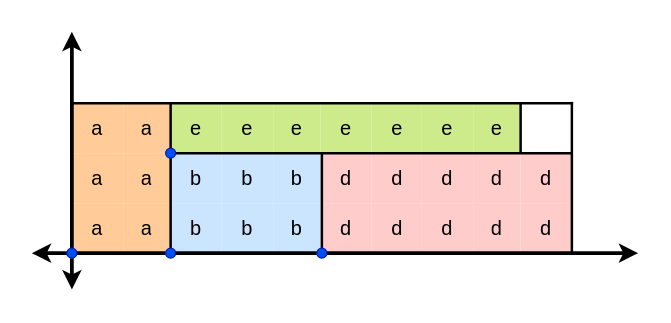
This is page "Circuit" (1 of 2) of ConstraintSatisfaction/docs/Circuit_Diagram.drawio from spencerbertsch1/AI, a draw.io file, before an edit. Source tidied: cells renumbered, new cells numbered last; positions are measured from the earlier drawing's top-left corner, leaving out a move shared by most shapes. Both pictures are drawn from the tidied source at 125%, with x=0, y=0 at pixel (31, 31).
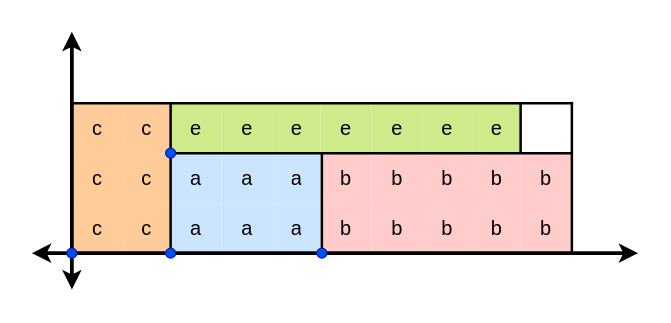
Above is the later version.

The change refers to these unchanged cells:
```xml
<mxCell id="3" style="shape=partialRectangle;html=1;whiteSpace=wrap;fillColor=none;top=0;left=0;bottom=0;right=0;" parent="2" vertex="1">
  <mxGeometry width="120" height="40" as="geometry" />
</mxCell>
<mxCell id="7" style="shape=partialRectangle;html=1;whiteSpace=wrap;fillColor=none;top=0;left=0;bottom=0;right=0;" parent="2" vertex="1">
  <mxGeometry y="40" width="120" height="40" as="geometry" />
</mxCell>
<mxCell id="11" style="shape=partialRectangle;html=1;whiteSpace=wrap;fillColor=none;top=0;left=0;bottom=0;right=0;" parent="2" vertex="1">
  <mxGeometry y="80" width="120" height="40" as="geometry" />
</mxCell>
<mxCell id="20" style="shape=partialRectangle;html=1;whiteSpace=wrap;fillColor=none;top=0;left=0;bottom=0;right=0;" parent="15" vertex="1">
  <mxGeometry y="40" width="120" height="40" as="geometry" />
</mxCell>
<mxCell id="24" style="shape=partialRectangle;html=1;whiteSpace=wrap;fillColor=none;top=0;left=0;bottom=0;right=0;" parent="15" vertex="1">
  <mxGeometry y="80" width="120" height="40" as="geometry" />
</mxCell>
<mxCell id="33" style="shape=partialRectangle;html=1;whiteSpace=wrap;fillColor=none;top=0;left=0;bottom=0;right=0;" parent="28" vertex="1">
  <mxGeometry y="40" width="120" height="40" as="geometry" />
</mxCell>
<mxCell id="37" style="shape=partialRectangle;html=1;whiteSpace=wrap;fillColor=none;top=0;left=0;bottom=0;right=0;" parent="28" vertex="1">
  <mxGeometry y="80" width="120" height="40" as="geometry" />
</mxCell>
<mxCell id="46" style="shape=partialRectangle;html=1;whiteSpace=wrap;fillColor=none;top=0;left=0;bottom=0;right=0;" parent="41" vertex="1">
  <mxGeometry y="40" width="120" height="40" as="geometry" />
</mxCell>
<mxCell id="50" style="shape=partialRectangle;html=1;whiteSpace=wrap;fillColor=none;top=0;left=0;bottom=0;right=0;" parent="41" vertex="1">
  <mxGeometry y="80" width="120" height="40" as="geometry" />
</mxCell>
```

What changed in the source:
```diff
@@
-    <mxCell id="4" value="&lt;font style=&quot;font-size: 16px&quot;&gt;a&lt;/font&gt;" style="shape=partialRectangle;html=1;whiteSpace=wrap;fillColor=#ffcc99;top=0;left=0;bottom=0;right=0;overflow=hidden;strokeColor=#36393d;" parent="3" vertex="1">
+    <mxCell id="4" value="&lt;font style=&quot;font-size: 16px&quot;&gt;c&lt;/font&gt;" style="shape=partialRectangle;html=1;whiteSpace=wrap;fillColor=#ffcc99;top=0;left=0;bottom=0;right=0;overflow=hidden;strokeColor=#36393d;" parent="3" vertex="1">
       <mxGeometry width="41" height="40" as="geometry" />
     </mxCell>
-    <mxCell id="5" value="&lt;font style=&quot;font-size: 16px&quot;&gt;a&lt;/font&gt;" style="shape=partialRectangle;html=1;whiteSpace=wrap;fillColor=#ffcc99;top=0;left=0;bottom=0;right=0;overflow=hidden;strokeColor=#36393d;" parent="3" vertex="1">
+    <mxCell id="5" value="&lt;font style=&quot;font-size: 16px&quot;&gt;c&lt;/font&gt;" style="shape=partialRectangle;html=1;whiteSpace=wrap;fillColor=#ffcc99;top=0;left=0;bottom=0;right=0;overflow=hidden;strokeColor=#36393d;" parent="3" vertex="1">
       <mxGeometry x="41" width="38" height="40" as="geometry" />
     </mxCell>
@@
-    <mxCell id="8" value="&lt;font style=&quot;font-size: 16px&quot;&gt;a&lt;/font&gt;" style="shape=partialRectangle;html=1;whiteSpace=wrap;fillColor=#ffcc99;top=0;left=0;bottom=0;right=0;overflow=hidden;strokeColor=#36393d;" parent="7" vertex="1">
+    <mxCell id="8" value="&lt;font style=&quot;font-size: 16px&quot;&gt;c&lt;/font&gt;" style="shape=partialRectangle;html=1;whiteSpace=wrap;fillColor=#ffcc99;top=0;left=0;bottom=0;right=0;overflow=hidden;strokeColor=#36393d;" parent="7" vertex="1">
       <mxGeometry width="41" height="40" as="geometry" />
     </mxCell>
-    <mxCell id="9" value="&lt;font style=&quot;font-size: 16px&quot;&gt;a&lt;/font&gt;" style="shape=partialRectangle;html=1;whiteSpace=wrap;fillColor=#ffcc99;top=0;left=0;bottom=0;right=0;overflow=hidden;strokeColor=#36393d;" parent="7" vertex="1">
+    <mxCell id="9" value="&lt;font style=&quot;font-size: 16px&quot;&gt;c&lt;/font&gt;" style="shape=partialRectangle;html=1;whiteSpace=wrap;fillColor=#ffcc99;top=0;left=0;bottom=0;right=0;overflow=hidden;strokeColor=#36393d;" parent="7" vertex="1">
       <mxGeometry x="41" width="38" height="40" as="geometry" />
     </mxCell>
-    <mxCell id="10" value="&lt;font style=&quot;font-size: 16px&quot;&gt;b&lt;/font&gt;" style="shape=partialRectangle;html=1;whiteSpace=wrap;fillColor=#cce5ff;top=0;left=0;bottom=0;right=0;overflow=hidden;strokeColor=#36393d;" parent="7" vertex="1">
+    <mxCell id="10" value="&lt;font style=&quot;font-size: 16px&quot;&gt;a&lt;/font&gt;" style="shape=partialRectangle;html=1;whiteSpace=wrap;fillColor=#cce5ff;top=0;left=0;bottom=0;right=0;overflow=hidden;strokeColor=#36393d;" parent="7" vertex="1">
       <mxGeometry x="79" width="41" height="40" as="geometry" />
     </mxCell>
@@
-    <mxCell id="12" value="&lt;font style=&quot;font-size: 16px&quot;&gt;a&lt;/font&gt;" style="shape=partialRectangle;html=1;whiteSpace=wrap;fillColor=#ffcc99;top=0;left=0;bottom=0;right=0;overflow=hidden;strokeColor=#36393d;" parent="11" vertex="1">
+    <mxCell id="12" value="&lt;font style=&quot;font-size: 16px&quot;&gt;c&lt;/font&gt;" style="shape=partialRectangle;html=1;whiteSpace=wrap;fillColor=#ffcc99;top=0;left=0;bottom=0;right=0;overflow=hidden;strokeColor=#36393d;" parent="11" vertex="1">
       <mxGeometry width="41" height="40" as="geometry" />
     </mxCell>
-    <mxCell id="13" value="&lt;font style=&quot;font-size: 16px&quot;&gt;a&lt;/font&gt;" style="shape=partialRectangle;html=1;whiteSpace=wrap;fillColor=#ffcc99;top=0;left=0;bottom=0;right=0;overflow=hidden;strokeColor=#36393d;" parent="11" vertex="1">
+    <mxCell id="13" value="&lt;font style=&quot;font-size: 16px&quot;&gt;c&lt;/font&gt;" style="shape=partialRectangle;html=1;whiteSpace=wrap;fillColor=#ffcc99;top=0;left=0;bottom=0;right=0;overflow=hidden;strokeColor=#36393d;" parent="11" vertex="1">
       <mxGeometry x="41" width="38" height="40" as="geometry" />
     </mxCell>
-    <mxCell id="14" value="&lt;font style=&quot;font-size: 16px&quot;&gt;b&lt;/font&gt;" style="shape=partialRectangle;html=1;whiteSpace=wrap;fillColor=#cce5ff;top=0;left=0;bottom=0;right=0;overflow=hidden;strokeColor=#36393d;" parent="11" vertex="1">
+    <mxCell id="14" value="&lt;font style=&quot;font-size: 16px&quot;&gt;a&lt;/font&gt;" style="shape=partialRectangle;html=1;whiteSpace=wrap;fillColor=#cce5ff;top=0;left=0;bottom=0;right=0;overflow=hidden;strokeColor=#36393d;" parent="11" vertex="1">
       <mxGeometry x="79" width="41" height="40" as="geometry" />
     </mxCell>
@@
-    <mxCell id="21" value="&lt;font style=&quot;font-size: 16px&quot;&gt;b&lt;/font&gt;" style="shape=partialRectangle;html=1;whiteSpace=wrap;fillColor=#cce5ff;top=0;left=0;bottom=0;right=0;overflow=hidden;strokeColor=#36393d;" parent="20" vertex="1">
+    <mxCell id="21" value="&lt;font style=&quot;font-size: 16px&quot;&gt;a&lt;/font&gt;" style="shape=partialRectangle;html=1;whiteSpace=wrap;fillColor=#cce5ff;top=0;left=0;bottom=0;right=0;overflow=hidden;strokeColor=#36393d;" parent="20" vertex="1">
       <mxGeometry width="41" height="40" as="geometry" />
     </mxCell>
-    <mxCell id="22" value="&lt;font style=&quot;font-size: 16px&quot;&gt;b&lt;/font&gt;" style="shape=partialRectangle;html=1;whiteSpace=wrap;fillColor=#cce5ff;top=0;left=0;bottom=0;right=0;overflow=hidden;strokeColor=#36393d;" parent="20" vertex="1">
+    <mxCell id="22" value="&lt;font style=&quot;font-size: 16px&quot;&gt;a&lt;/font&gt;" style="shape=partialRectangle;html=1;whiteSpace=wrap;fillColor=#cce5ff;top=0;left=0;bottom=0;right=0;overflow=hidden;strokeColor=#36393d;" parent="20" vertex="1">
       <mxGeometry x="41" width="38" height="40" as="geometry" />
     </mxCell>
-    <mxCell id="23" value="&lt;font style=&quot;font-size: 16px&quot;&gt;d&lt;/font&gt;" style="shape=partialRectangle;html=1;whiteSpace=wrap;fillColor=#ffcccc;top=0;left=0;bottom=0;right=0;overflow=hidden;strokeColor=#36393d;" parent="20" vertex="1">
+    <mxCell id="23" value="&lt;font style=&quot;font-size: 16px&quot;&gt;b&lt;/font&gt;" style="shape=partialRectangle;html=1;whiteSpace=wrap;fillColor=#ffcccc;top=0;left=0;bottom=0;right=0;overflow=hidden;strokeColor=#36393d;" parent="20" vertex="1">
       <mxGeometry x="79" width="41" height="40" as="geometry" />
     </mxCell>
@@
-    <mxCell id="25" value="&lt;font style=&quot;font-size: 16px&quot;&gt;b&lt;/font&gt;" style="shape=partialRectangle;html=1;whiteSpace=wrap;fillColor=#cce5ff;top=0;left=0;bottom=0;right=0;overflow=hidden;strokeColor=#36393d;" parent="24" vertex="1">
+    <mxCell id="25" value="&lt;font style=&quot;font-size: 16px&quot;&gt;a&lt;/font&gt;" style="shape=partialRectangle;html=1;whiteSpace=wrap;fillColor=#cce5ff;top=0;left=0;bottom=0;right=0;overflow=hidden;strokeColor=#36393d;" parent="24" vertex="1">
       <mxGeometry width="41" height="40" as="geometry" />
     </mxCell>
-    <mxCell id="26" value="&lt;font style=&quot;font-size: 16px&quot;&gt;b&lt;/font&gt;" style="shape=partialRectangle;html=1;whiteSpace=wrap;fillColor=#cce5ff;top=0;left=0;bottom=0;right=0;overflow=hidden;strokeColor=#36393d;" parent="24" vertex="1">
+    <mxCell id="26" value="&lt;font style=&quot;font-size: 16px&quot;&gt;a&lt;/font&gt;" style="shape=partialRectangle;html=1;whiteSpace=wrap;fillColor=#cce5ff;top=0;left=0;bottom=0;right=0;overflow=hidden;strokeColor=#36393d;" parent="24" vertex="1">
       <mxGeometry x="41" width="38" height="40" as="geometry" />
     </mxCell>
-    <mxCell id="27" value="&lt;font style=&quot;font-size: 16px&quot;&gt;d&lt;/font&gt;" style="shape=partialRectangle;html=1;whiteSpace=wrap;fillColor=#ffcccc;top=0;left=0;bottom=0;right=0;overflow=hidden;strokeColor=#36393d;" parent="24" vertex="1">
+    <mxCell id="27" value="&lt;font style=&quot;font-size: 16px&quot;&gt;b&lt;/font&gt;" style="shape=partialRectangle;html=1;whiteSpace=wrap;fillColor=#ffcccc;top=0;left=0;bottom=0;right=0;overflow=hidden;strokeColor=#36393d;" parent="24" vertex="1">
       <mxGeometry x="79" width="41" height="40" as="geometry" />
     </mxCell>
@@
-    <mxCell id="34" value="&lt;font style=&quot;font-size: 16px&quot;&gt;d&lt;/font&gt;" style="shape=partialRectangle;html=1;whiteSpace=wrap;fillColor=#ffcccc;top=0;left=0;bottom=0;right=0;overflow=hidden;strokeColor=#36393d;" parent="33" vertex="1">
+    <mxCell id="34" value="&lt;font style=&quot;font-size: 16px&quot;&gt;b&lt;/font&gt;" style="shape=partialRectangle;html=1;whiteSpace=wrap;fillColor=#ffcccc;top=0;left=0;bottom=0;right=0;overflow=hidden;strokeColor=#36393d;" parent="33" vertex="1">
       <mxGeometry width="41" height="40" as="geometry" />
     </mxCell>
@@
-    <mxCell id="38" value="&lt;font style=&quot;font-size: 16px&quot;&gt;d&lt;/font&gt;" style="shape=partialRectangle;html=1;whiteSpace=wrap;fillColor=#ffcccc;top=0;left=0;bottom=0;right=0;overflow=hidden;strokeColor=#36393d;" parent="37" vertex="1">
+    <mxCell id="38" value="&lt;font style=&quot;font-size: 16px&quot;&gt;b&lt;/font&gt;" style="shape=partialRectangle;html=1;whiteSpace=wrap;fillColor=#ffcccc;top=0;left=0;bottom=0;right=0;overflow=hidden;strokeColor=#36393d;" parent="37" vertex="1">
       <mxGeometry width="41" height="40" as="geometry" />
     </mxCell>
@@
-    <mxCell id="47" value="&lt;font style=&quot;font-size: 16px&quot;&gt;d&lt;/font&gt;" style="shape=partialRectangle;html=1;whiteSpace=wrap;fillColor=#ffcccc;top=0;left=0;bottom=0;right=0;overflow=hidden;strokeColor=#36393d;" parent="46" vertex="1">
+    <mxCell id="47" value="&lt;font style=&quot;font-size: 16px&quot;&gt;b&lt;/font&gt;" style="shape=partialRectangle;html=1;whiteSpace=wrap;fillColor=#ffcccc;top=0;left=0;bottom=0;right=0;overflow=hidden;strokeColor=#36393d;" parent="46" vertex="1">
       <mxGeometry width="41" height="40" as="geometry" />
     </mxCell>
-    <mxCell id="48" value="&lt;font style=&quot;font-size: 16px&quot;&gt;d&lt;/font&gt;" style="shape=partialRectangle;html=1;whiteSpace=wrap;fillColor=#ffcccc;top=0;left=0;bottom=0;right=0;overflow=hidden;strokeColor=#36393d;" parent="46" vertex="1">
+    <mxCell id="48" value="&lt;font style=&quot;font-size: 16px&quot;&gt;b&lt;/font&gt;" style="shape=partialRectangle;html=1;whiteSpace=wrap;fillColor=#ffcccc;top=0;left=0;bottom=0;right=0;overflow=hidden;strokeColor=#36393d;" parent="46" vertex="1">
       <mxGeometry x="41" width="38" height="40" as="geometry" />
     </mxCell>
-    <mxCell id="49" value="&lt;font style=&quot;font-size: 16px&quot;&gt;d&lt;/font&gt;" style="shape=partialRectangle;html=1;whiteSpace=wrap;fillColor=#ffcccc;top=0;left=0;bottom=0;right=0;overflow=hidden;strokeColor=#36393d;" parent="46" vertex="1">
+    <mxCell id="49" value="&lt;font style=&quot;font-size: 16px&quot;&gt;b&lt;/font&gt;" style="shape=partialRectangle;html=1;whiteSpace=wrap;fillColor=#ffcccc;top=0;left=0;bottom=0;right=0;overflow=hidden;strokeColor=#36393d;" parent="46" vertex="1">
       <mxGeometry x="79" width="41" height="40" as="geometry" />
     </mxCell>
@@
-    <mxCell id="51" value="&lt;font style=&quot;font-size: 16px&quot;&gt;d&lt;/font&gt;" style="shape=partialRectangle;html=1;whiteSpace=wrap;fillColor=#ffcccc;top=0;left=0;bottom=0;right=0;overflow=hidden;strokeColor=#36393d;" parent="50" vertex="1">
+    <mxCell id="51" value="&lt;font style=&quot;font-size: 16px&quot;&gt;b&lt;/font&gt;" style="shape=partialRectangle;html=1;whiteSpace=wrap;fillColor=#ffcccc;top=0;left=0;bottom=0;right=0;overflow=hidden;strokeColor=#36393d;" parent="50" vertex="1">
       <mxGeometry width="41" height="40" as="geometry" />
     </mxCell>
-    <mxCell id="52" value="&lt;font style=&quot;font-size: 16px&quot;&gt;d&lt;/font&gt;" style="shape=partialRectangle;html=1;whiteSpace=wrap;fillColor=#ffcccc;top=0;left=0;bottom=0;right=0;overflow=hidden;strokeColor=#36393d;" parent="50" vertex="1">
+    <mxCell id="52" value="&lt;font style=&quot;font-size: 16px&quot;&gt;b&lt;/font&gt;" style="shape=partialRectangle;html=1;whiteSpace=wrap;fillColor=#ffcccc;top=0;left=0;bottom=0;right=0;overflow=hidden;strokeColor=#36393d;" parent="50" vertex="1">
       <mxGeometry x="41" width="38" height="40" as="geometry" />
     </mxCell>
-    <mxCell id="53" value="&lt;font style=&quot;font-size: 16px&quot;&gt;d&lt;/font&gt;" style="shape=partialRectangle;html=1;whiteSpace=wrap;fillColor=#ffcccc;top=0;left=0;bottom=0;right=0;overflow=hidden;strokeColor=#36393d;" parent="50" vertex="1">
+    <mxCell id="53" value="&lt;font style=&quot;font-size: 16px&quot;&gt;b&lt;/font&gt;" style="shape=partialRectangle;html=1;whiteSpace=wrap;fillColor=#ffcccc;top=0;left=0;bottom=0;right=0;overflow=hidden;strokeColor=#36393d;" parent="50" vertex="1">
       <mxGeometry x="79" width="41" height="40" as="geometry" />
     </mxCell>
```
